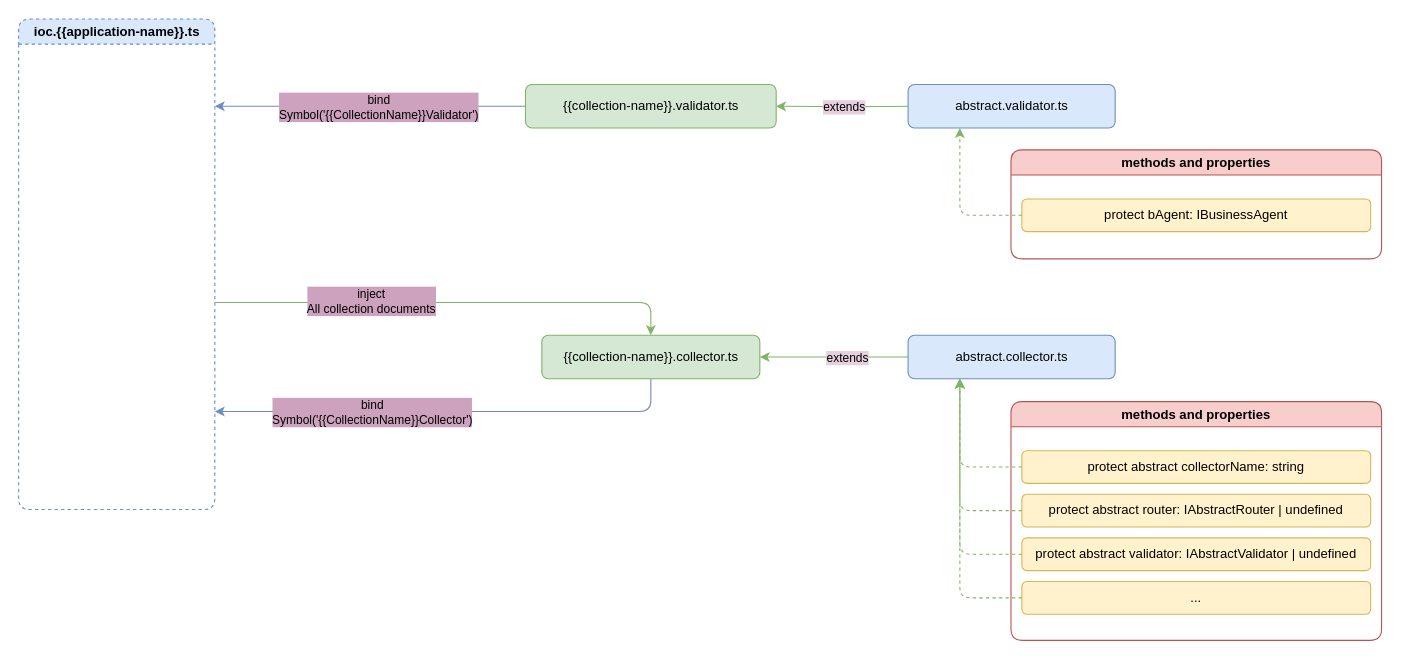
The draw.io diagram documentation/server-platform/drawio/AbstractDocuments/AbstractValidator.drawio in Avelate/avelate-documentation, before the edit. Source tidied: cells renumbered, new cells numbered last; positions are measured from the earlier drawing's top-left corner, leaving out a move shared by most shapes. Both pictures are drawn from the tidied source at 109%, with x=0, y=0 at pixel (19, 19).
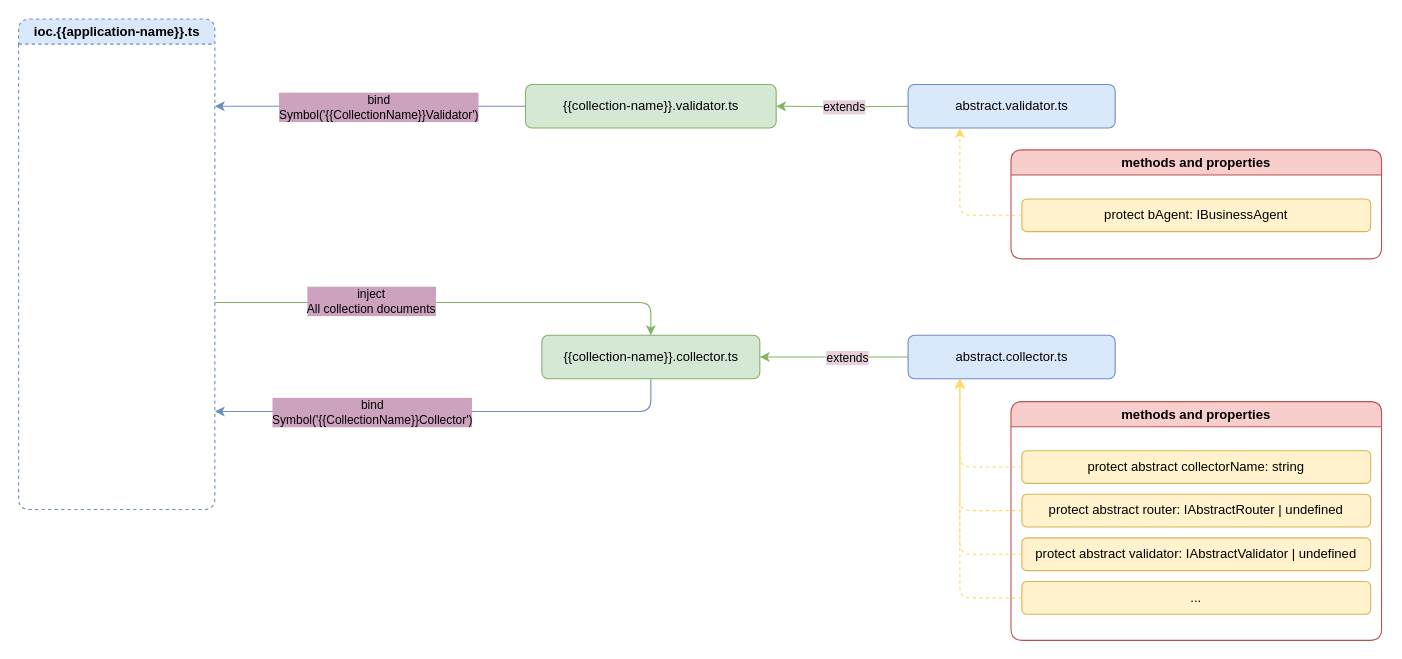
The same page after the edit.

The change refers to these unchanged cells:
```xml
<mxCell id="7" value="abstract.validator.ts" style="rounded=1;whiteSpace=wrap;html=1;fillColor=#dae8fc;strokeColor=#6c8ebf;" parent="1" vertex="1">
  <mxGeometry x="815.6" y="60" width="190" height="40" as="geometry" />
</mxCell>
<mxCell id="9" value="protect bAgent: IBusinessAgent" style="rounded=1;whiteSpace=wrap;html=1;fillColor=#fff2cc;strokeColor=#d6b656;" parent="8" vertex="1">
  <mxGeometry x="10" y="45" width="320" height="30" as="geometry" />
</mxCell>
<mxCell id="12" value="protect abstract collectorName: string" style="rounded=1;whiteSpace=wrap;html=1;fillColor=#fff2cc;strokeColor=#d6b656;" parent="11" vertex="1">
  <mxGeometry x="10" y="45" width="320" height="30" as="geometry" />
</mxCell>
<mxCell id="13" value="protect abstract router: IAbstractRouter | undefined" style="rounded=1;whiteSpace=wrap;html=1;fillColor=#fff2cc;strokeColor=#d6b656;" parent="11" vertex="1">
  <mxGeometry x="10" y="85" width="320" height="30" as="geometry" />
</mxCell>
<mxCell id="14" value="protect abstract validator: IAbstractValidator | undefined" style="rounded=1;whiteSpace=wrap;html=1;fillColor=#fff2cc;strokeColor=#d6b656;" parent="11" vertex="1">
  <mxGeometry x="10" y="125" width="320" height="30" as="geometry" />
</mxCell>
<mxCell id="15" value="..." style="rounded=1;whiteSpace=wrap;html=1;fillColor=#fff2cc;strokeColor=#d6b656;" parent="11" vertex="1">
  <mxGeometry x="10" y="165" width="320" height="30" as="geometry" />
</mxCell>
<mxCell id="23" value="abstract.collector.ts" style="rounded=1;whiteSpace=wrap;html=1;fillColor=#dae8fc;strokeColor=#6c8ebf;" parent="1" vertex="1">
  <mxGeometry x="815.6" y="290" width="190" height="40" as="geometry" />
</mxCell>
```

What changed in the source:
```diff
@@
-    <mxCell id="10" style="edgeStyle=orthogonalEdgeStyle;rounded=1;sketch=0;jumpStyle=none;jettySize=auto;html=1;entryX=0.25;entryY=1;entryDx=0;entryDy=0;shadow=0;dashed=1;strokeWidth=1;exitX=0;exitY=0.5;exitDx=0;exitDy=0;fillColor=#d5e8d4;strokeColor=#82b366;" parent="1" edge="1" source="9" target="7">
+    <mxCell id="10" style="edgeStyle=orthogonalEdgeStyle;rounded=1;sketch=0;jumpStyle=none;jettySize=auto;html=1;entryX=0.25;entryY=1;entryDx=0;entryDy=0;shadow=0;dashed=1;strokeWidth=1;exitX=0;exitY=0.5;exitDx=0;exitDy=0;fillColor=#d5e8d4;strokeColor=#FFD966;" parent="1" edge="1" source="9" target="7">
       <mxGeometry relative="1" as="geometry" />
     </mxCell>
@@
-    <mxCell id="24" style="edgeStyle=orthogonalEdgeStyle;rounded=1;jettySize=auto;html=1;entryX=0.25;entryY=1;entryDx=0;entryDy=0;exitX=0;exitY=0.5;exitDx=0;exitDy=0;fillColor=#d5e8d4;strokeColor=#82b366;dashed=1;strokeWidth=1;" parent="1" edge="1" source="12" target="23">
+    <mxCell id="24" style="edgeStyle=orthogonalEdgeStyle;rounded=1;jettySize=auto;html=1;entryX=0.25;entryY=1;entryDx=0;entryDy=0;exitX=0;exitY=0.5;exitDx=0;exitDy=0;fillColor=#d5e8d4;strokeColor=#FFD966;dashed=1;strokeWidth=1;" parent="1" edge="1" source="12" target="23">
       <mxGeometry relative="1" as="geometry" />
     </mxCell>
-    <mxCell id="25" style="edgeStyle=orthogonalEdgeStyle;rounded=1;jettySize=auto;html=1;entryX=0.25;entryY=1;entryDx=0;entryDy=0;exitX=0;exitY=0.5;exitDx=0;exitDy=0;fillColor=#d5e8d4;strokeColor=#82b366;dashed=1;" parent="1" edge="1" source="13" target="23">
+    <mxCell id="25" style="edgeStyle=orthogonalEdgeStyle;rounded=1;jettySize=auto;html=1;entryX=0.25;entryY=1;entryDx=0;entryDy=0;exitX=0;exitY=0.5;exitDx=0;exitDy=0;fillColor=#d5e8d4;strokeColor=#FFD966;dashed=1;" parent="1" edge="1" source="13" target="23">
       <mxGeometry relative="1" as="geometry" />
     </mxCell>
-    <mxCell id="26" style="edgeStyle=orthogonalEdgeStyle;rounded=1;jettySize=auto;html=1;entryX=0.25;entryY=1;entryDx=0;entryDy=0;exitX=0;exitY=0.5;exitDx=0;exitDy=0;fillColor=#d5e8d4;strokeColor=#82b366;dashed=1;" parent="1" edge="1" source="14" target="23">
+    <mxCell id="26" style="edgeStyle=orthogonalEdgeStyle;rounded=1;jettySize=auto;html=1;entryX=0.25;entryY=1;entryDx=0;entryDy=0;exitX=0;exitY=0.5;exitDx=0;exitDy=0;fillColor=#d5e8d4;strokeColor=#FFD966;dashed=1;" parent="1" edge="1" source="14" target="23">
       <mxGeometry relative="1" as="geometry" />
     </mxCell>
-    <mxCell id="27" style="edgeStyle=orthogonalEdgeStyle;rounded=1;jettySize=auto;html=1;entryX=0.25;entryY=1;entryDx=0;entryDy=0;exitX=0;exitY=0.5;exitDx=0;exitDy=0;fillColor=#d5e8d4;strokeColor=#82b366;dashed=1;" parent="1" edge="1" source="15" target="23">
+    <mxCell id="27" style="edgeStyle=orthogonalEdgeStyle;rounded=1;jettySize=auto;html=1;entryX=0.25;entryY=1;entryDx=0;entryDy=0;exitX=0;exitY=0.5;exitDx=0;exitDy=0;fillColor=#d5e8d4;strokeColor=#FFD966;dashed=1;" parent="1" edge="1" source="15" target="23">
       <mxGeometry relative="1" as="geometry" />
     </mxCell>
```
